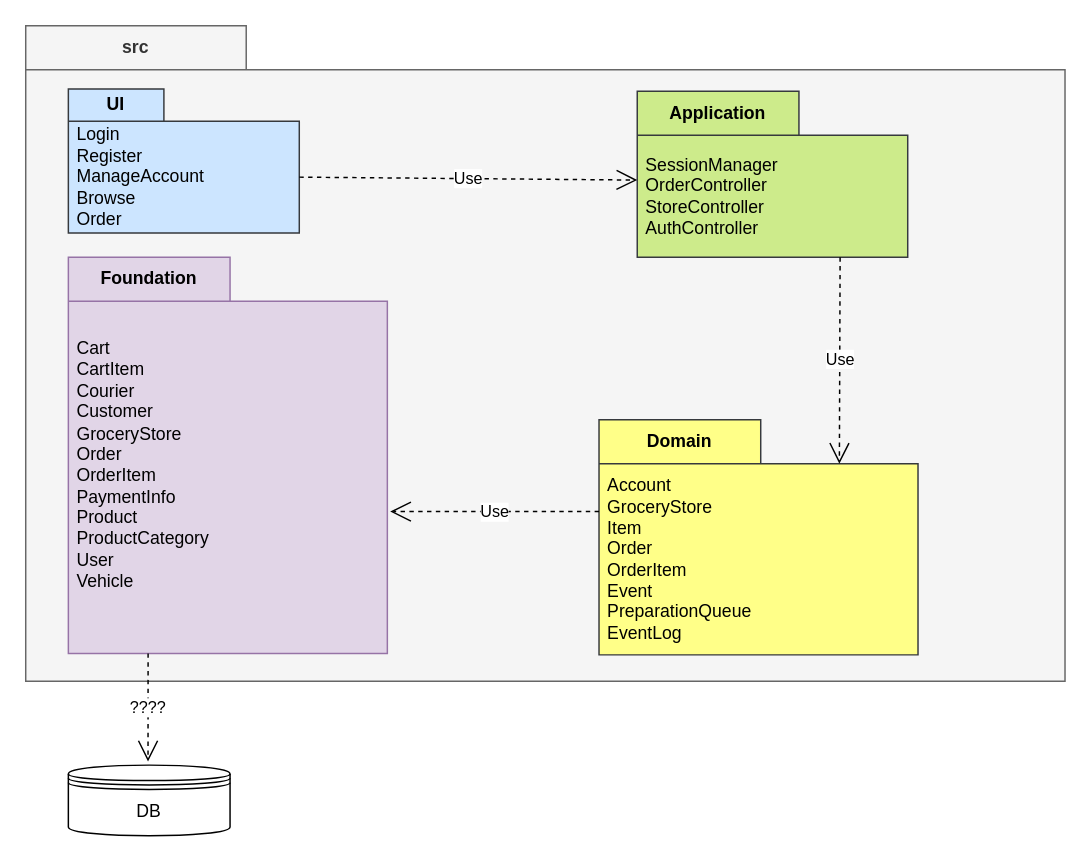
Before: Documentation/Phase 2/ShopEasy_Package-Diagram.drawio in blondedzero/Init-to-Win-It_SOEN-343-HI_MTL-Eats-Project_F26, a draw.io diagram. Source tidied: cells renumbered, new cells numbered last; positions are measured from the earlier drawing's top-left corner, leaving out a move shared by most shapes. Both pictures are drawn from the tidied source at 147%, with x=0, y=0 at pixel (25, 25).
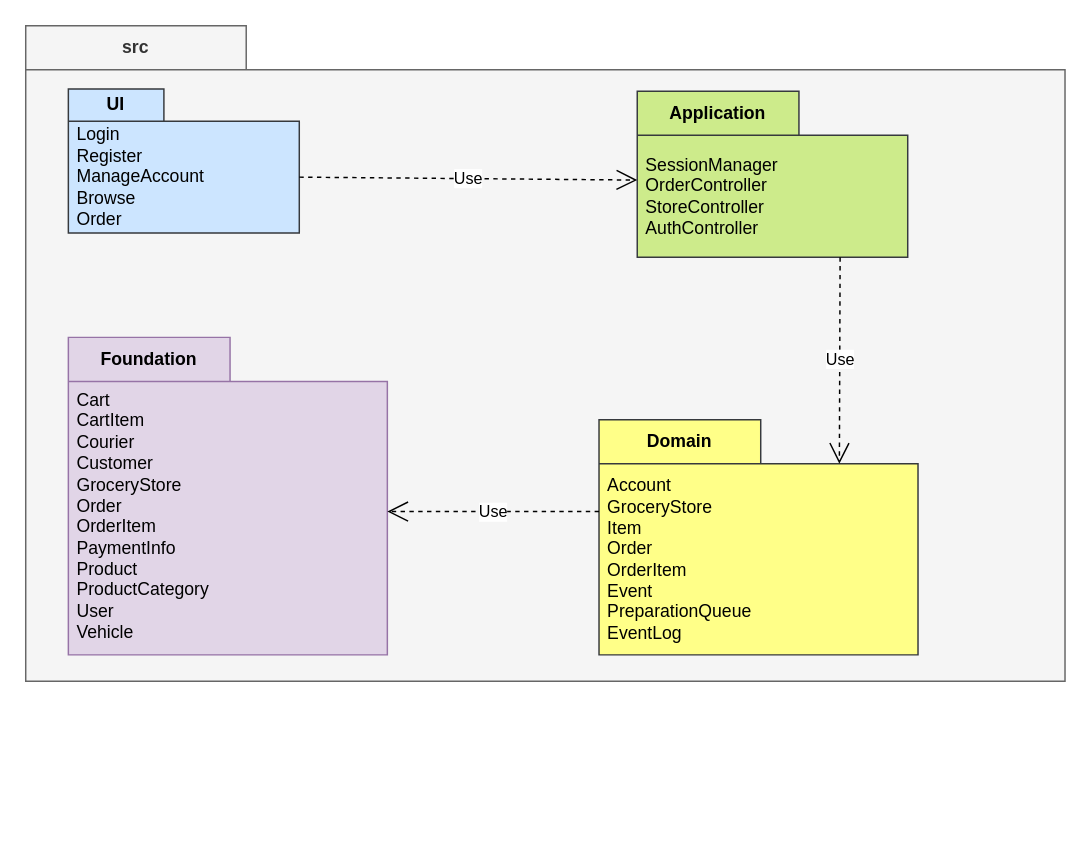
The same diagram, later.

Diff of the diagram source:
```diff
@@
 <mxGraphModel>
   <root>
     <mxCell id="0" />
     <mxCell id="1" parent="0" />
     <mxCell id="2" value="src" style="shape=folder;fontStyle=1;tabWidth=150;tabHeight=30;tabPosition=left;html=1;boundedLbl=1;labelInHeader=1;whiteSpace=wrap;fillColor=#f5f5f5;strokeColor=#666666;fontColor=#333333;" parent="1" vertex="1">
       <mxGeometry width="707" height="446" as="geometry" />
     </mxCell>
     <mxCell id="3" value="UI" style="shape=folder;fontStyle=1;tabWidth=65;tabHeight=22;tabPosition=left;html=1;boundedLbl=1;labelInHeader=1;whiteSpace=wrap;fillColor=#cce5ff;strokeColor=#36393d;" parent="2" vertex="1">
       <mxGeometry x="29" y="43" width="157.1" height="98" as="geometry" />
     </mxCell>
     <mxCell id="4" value="&lt;div&gt;&lt;span style=&quot;background-color: transparent; color: light-dark(rgb(0, 0, 0), rgb(255, 255, 255));&quot;&gt;Login&lt;/span&gt;&lt;/div&gt;&lt;div&gt;Register&lt;/div&gt;&lt;div&gt;ManageAccount&lt;/div&gt;&lt;div&gt;Browse&lt;/div&gt;&lt;div&gt;Order&lt;/div&gt;&lt;div&gt;&lt;br&gt;&lt;/div&gt;" style="html=1;strokeColor=none;fillColor=none;whiteSpace=wrap;align=left;labelPosition=center;verticalLabelPosition=middle;verticalAlign=middle;" parent="3" vertex="1">
       <mxGeometry width="154.95" height="65.82" relative="1" as="geometry">
         <mxPoint x="4" y="34" as="offset" />
       </mxGeometry>
     </mxCell>
     <mxCell id="5" value="Domain" style="shape=folder;fontStyle=1;tabWidth=110;tabHeight=30;tabPosition=left;html=1;boundedLbl=1;labelInHeader=1;whiteSpace=wrap;fillColor=#ffff88;strokeColor=#36393d;" parent="2" vertex="1">
       <mxGeometry x="390" y="268" width="217" height="160" as="geometry" />
     </mxCell>
     <mxCell id="6" value="&lt;div&gt;&lt;br&gt;&lt;/div&gt;&lt;div&gt;&lt;br&gt;&lt;/div&gt;Account&lt;div&gt;GroceryStore&lt;div&gt;Item&lt;/div&gt;&lt;div&gt;Order&lt;/div&gt;&lt;div&gt;OrderItem&lt;/div&gt;&lt;div&gt;Event&lt;/div&gt;&lt;div&gt;PreparationQueue&lt;/div&gt;&lt;div&gt;EventLog&lt;/div&gt;&lt;div&gt;&lt;br&gt;&lt;/div&gt;&lt;/div&gt;" style="html=1;strokeColor=none;fillColor=none;whiteSpace=wrap;align=left;labelPosition=center;verticalLabelPosition=middle;verticalAlign=middle;" parent="5" vertex="1">
       <mxGeometry width="214.02" height="107.8" relative="1" as="geometry">
         <mxPoint x="4" y="34" as="offset" />
       </mxGeometry>
     </mxCell>
     <mxCell id="7" value="Application" style="shape=folder;fontStyle=1;tabWidth=110;tabHeight=30;tabPosition=left;html=1;boundedLbl=1;labelInHeader=1;whiteSpace=wrap;fillColor=#cdeb8b;strokeColor=#36393d;" parent="2" vertex="1">
       <mxGeometry x="416" y="44.5" width="184" height="113" as="geometry" />
     </mxCell>
     <mxCell id="8" value="SessionManager&lt;div&gt;OrderController&lt;/div&gt;&lt;div&gt;StoreController&lt;/div&gt;&lt;div&gt;AuthController&lt;/div&gt;" style="html=1;strokeColor=none;fillColor=none;whiteSpace=wrap;align=left;labelPosition=center;verticalLabelPosition=middle;verticalAlign=middle;" parent="7" vertex="1">
       <mxGeometry width="181.47" height="75.89" relative="1" as="geometry">
         <mxPoint x="4" y="34" as="offset" />
       </mxGeometry>
     </mxCell>
     <mxCell id="9" value="Use" style="endArrow=open;endSize=12;dashed=1;html=1;rounded=0;entryX=0;entryY=0;entryDx=0;entryDy=60.5;entryPerimeter=0;exitX=0;exitY=0;exitDx=157.11;exitDy=60;exitPerimeter=0;" parent="2" edge="1" source="3" target="7">
       <mxGeometry relative="1" as="geometry" />
     </mxCell>
     <mxCell id="10" value="Use" style="endArrow=open;endSize=12;dashed=1;html=1;rounded=0;exitX=0.75;exitY=1;exitDx=0;exitDy=0;exitPerimeter=0;entryX=0;entryY=0;entryDx=163.5;entryDy=30;entryPerimeter=0;" parent="2" edge="1" source="7" target="5">
       <mxGeometry relative="1" as="geometry" />
     </mxCell>
     <mxCell id="11" value="Foundation" style="shape=folder;fontStyle=1;tabWidth=110;tabHeight=30;tabPosition=left;html=1;boundedLbl=1;labelInHeader=1;whiteSpace=wrap;fillColor=#e1d5e7;strokeColor=#9673a6;" parent="2" vertex="1">
-      <mxGeometry x="29" y="157.5" width="217" height="269.5" as="geometry" />
+      <mxGeometry x="29" y="212" width="217" height="216" as="geometry" />
     </mxCell>
     <mxCell id="12" value="&lt;div&gt;Cart&lt;/div&gt;&lt;div&gt;CartItem&lt;/div&gt;&lt;div&gt;Courier&lt;/div&gt;&lt;div&gt;Customer&lt;/div&gt;&lt;div&gt;GroceryStore&lt;/div&gt;&lt;div&gt;Order&lt;/div&gt;&lt;div&gt;OrderItem&lt;/div&gt;&lt;div&gt;PaymentInfo&lt;/div&gt;&lt;div&gt;Product&lt;/div&gt;&lt;div&gt;ProductCategory&lt;/div&gt;&lt;div&gt;User&lt;/div&gt;&lt;div&gt;Vehicle&lt;/div&gt;&lt;div&gt;&lt;br&gt;&lt;/div&gt;" style="html=1;strokeColor=none;fillColor=none;whiteSpace=wrap;align=left;labelPosition=center;verticalLabelPosition=middle;verticalAlign=middle;" parent="11" vertex="1">
-      <mxGeometry width="214.02" height="229.26" relative="1" as="geometry">
-        <mxPoint x="4" y="34" as="offset" />
+      <mxGeometry width="214.02" height="138.78" relative="1" as="geometry">
+        <mxPoint x="4" y="60" as="offset" />
       </mxGeometry>
     </mxCell>
-    <mxCell id="13" value="Use" style="endArrow=open;endSize=12;dashed=1;html=1;rounded=0;entryX=1.009;entryY=0.642;entryDx=0;entryDy=0;entryPerimeter=0;exitX=0;exitY=0;exitDx=0;exitDy=62.5;exitPerimeter=0;" parent="2" edge="1" source="5" target="11">
+    <mxCell id="13" value="Use" style="endArrow=open;endSize=12;dashed=1;html=1;rounded=0;entryX=0;entryY=0;entryDx=217;entryDy=118.5;entryPerimeter=0;exitX=0;exitY=0;exitDx=0;exitDy=62.5;exitPerimeter=0;" parent="2" edge="1" source="5" target="11">
       <mxGeometry relative="1" as="geometry" />
     </mxCell>
-    <mxCell id="14" value="DB" style="shape=datastore;whiteSpace=wrap;html=1;" parent="1" vertex="1">
-      <mxGeometry x="29" y="503" width="110" height="48" as="geometry" />
-    </mxCell>
-    <mxCell id="15" value="????" style="endArrow=open;endSize=12;dashed=1;html=1;rounded=0;exitX=0.25;exitY=1;exitDx=0;exitDy=0;exitPerimeter=0;" parent="1" edge="1" source="11">
-      <mxGeometry relative="1" as="geometry">
-        <mxPoint x="83.2" y="500.5" as="targetPoint" />
-      </mxGeometry>
-    </mxCell>
   </root>
 </mxGraphModel>
```
